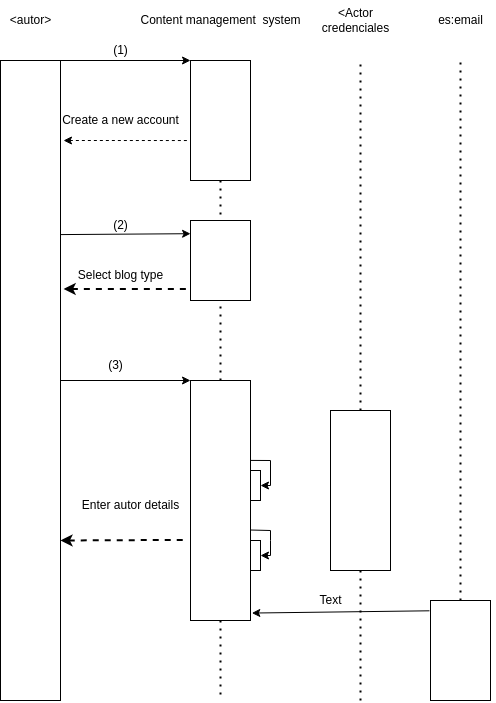
Above: Casos de secuencia/Ejemplo de clase/Secuencia.drawio.png in JVC0/ETS (draw.io), before the change. Source tidied: cells renumbered, new cells last; positions are measured from the earlier drawing's top-left corner, leaving out a move shared by most shapes.
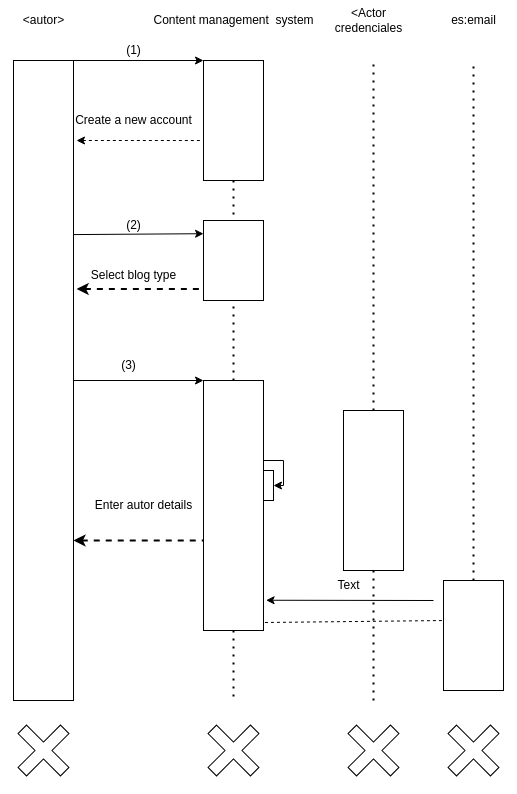
The same file after the commit.

Diff of the diagram source:
```diff
@@ -15,10 +15,10 @@
       <mxGeometry x="190" y="220" width="60" height="80" as="geometry" />
     </mxCell>
     <mxCell id="6" style="rounded=0;whiteSpace=wrap;html=1;" parent="1" vertex="1">
-      <mxGeometry x="190" y="380" width="60" height="240" as="geometry" />
+      <mxGeometry x="190" y="380" width="60" height="250" as="geometry" />
     </mxCell>
     <mxCell id="7" style="rounded=0;whiteSpace=wrap;html=1;" parent="1" vertex="1">
-      <mxGeometry x="430" y="600" width="60" height="100" as="geometry" />
+      <mxGeometry x="430" y="580" width="60" height="110" as="geometry" />
     </mxCell>
     <mxCell id="8" value="&amp;lt;autor&amp;gt;" style="text;html=1;align=center;verticalAlign=middle;strokeColor=none;fillColor=none;" parent="1" vertex="1">
       <mxGeometry y="5" width="60" height="30" as="geometry" />
@@ -91,37 +91,43 @@
     <mxCell id="28" value="Enter autor details" style="text;html=1;align=center;verticalAlign=middle;strokeColor=none;fillColor=none;" parent="1" vertex="1">
       <mxGeometry x="70" y="490" width="120" height="30" as="geometry" />
     </mxCell>
-    <mxCell id="29" style="endArrow=none;dashed=1;html=1;strokeWidth=2;exitX=1;exitY=0.75;exitDx=0;exitDy=0;entryX=-0.05;entryY=0.664;entryDx=0;entryDy=0;entryPerimeter=0;startArrow=classic;startFill=1;" parent="1" edge="1" source="2" target="6">
+    <mxCell id="29" style="endArrow=none;dashed=1;html=1;strokeWidth=2;exitX=1;exitY=0.75;exitDx=0;exitDy=0;startArrow=classic;startFill=1;entryX=0;entryY=0.64;entryDx=0;entryDy=0;entryPerimeter=0;" parent="1" edge="1" source="2" target="6">
       <mxGeometry relative="1" as="geometry" />
     </mxCell>
     <mxCell id="30" style="rounded=0;whiteSpace=wrap;html=1;" parent="1" vertex="1">
       <mxGeometry x="250" y="470" width="10" height="30" as="geometry" />
     </mxCell>
-    <mxCell id="31" style="rounded=0;whiteSpace=wrap;html=1;" parent="1" vertex="1">
-      <mxGeometry x="250" y="540" width="10" height="30" as="geometry" />
-    </mxCell>
-    <mxCell id="32" style="endArrow=classic;html=1;entryX=1;entryY=0.5;entryDx=0;entryDy=0;rounded=0;exitX=1.004;exitY=0.333;exitDx=0;exitDy=0;exitPerimeter=0;" parent="1" edge="1" source="6" target="30">
+    <mxCell id="32" style="endArrow=classic;html=1;entryX=1;entryY=0.5;entryDx=0;entryDy=0;rounded=0;" parent="1" edge="1" target="30">
       <mxGeometry relative="1" as="geometry">
+        <mxPoint x="250" y="460" as="sourcePoint" />
         <Array as="points">
           <mxPoint x="270" y="460" />
           <mxPoint x="270" y="485" />
         </Array>
       </mxGeometry>
     </mxCell>
-    <mxCell id="33" style="endArrow=classic;html=1;entryX=1;entryY=0.5;entryDx=0;entryDy=0;rounded=0;exitX=1.004;exitY=0.623;exitDx=0;exitDy=0;exitPerimeter=0;" parent="1" edge="1" source="6" target="31">
-      <mxGeometry relative="1" as="geometry">
-        <Array as="points">
-          <mxPoint x="270" y="530" />
-          <mxPoint x="270" y="540" />
-          <mxPoint x="270" y="555" />
-        </Array>
-      </mxGeometry>
-    </mxCell>
-    <mxCell id="34" style="endArrow=classic;html=1;rounded=0;entryX=1.022;entryY=0.969;entryDx=0;entryDy=0;entryPerimeter=0;exitX=-0.017;exitY=0.103;exitDx=0;exitDy=0;exitPerimeter=0;" parent="1" edge="1" source="7" target="6">
-      <mxGeometry relative="1" as="geometry" />
+    <mxCell id="34" style="endArrow=classic;html=1;rounded=0;entryX=1.043;entryY=0.879;entryDx=0;entryDy=0;entryPerimeter=0;" parent="1" edge="1" target="6">
+      <mxGeometry relative="1" as="geometry">
+        <mxPoint x="420" y="600" as="sourcePoint" />
+      </mxGeometry>
     </mxCell>
     <mxCell id="35" value="Text" style="text;html=1;align=center;verticalAlign=middle;strokeColor=none;fillColor=none;" parent="1" vertex="1">
-      <mxGeometry x="305" y="585" width="50" height="30" as="geometry" />
+      <mxGeometry x="310" y="570" width="50" height="30" as="geometry" />
     </mxCell>
+    <mxCell id="36" style="shape=cross;whiteSpace=wrap;html=1;rotation=45;" parent="1" vertex="1">
+      <mxGeometry y="720" width="60" height="60" as="geometry" />
+    </mxCell>
+    <mxCell id="37" style="shape=cross;whiteSpace=wrap;html=1;rotation=45;" parent="1" vertex="1">
+      <mxGeometry x="190" y="720" width="60" height="60" as="geometry" />
+    </mxCell>
+    <mxCell id="38" style="shape=cross;whiteSpace=wrap;html=1;rotation=45;" parent="1" vertex="1">
+      <mxGeometry x="330" y="720" width="60" height="60" as="geometry" />
+    </mxCell>
+    <mxCell id="39" style="shape=cross;whiteSpace=wrap;html=1;rotation=45;" parent="1" vertex="1">
+      <mxGeometry x="430" y="720" width="60" height="60" as="geometry" />
+    </mxCell>
+    <mxCell id="40" style="endArrow=none;dashed=1;html=1;exitX=1.024;exitY=0.968;exitDx=0;exitDy=0;exitPerimeter=0;entryX=0;entryY=0.364;entryDx=0;entryDy=0;entryPerimeter=0;" parent="1" edge="1" source="6" target="7">
+      <mxGeometry relative="1" as="geometry" />
+    </mxCell>
   </root>
 </mxGraphModel>
```
